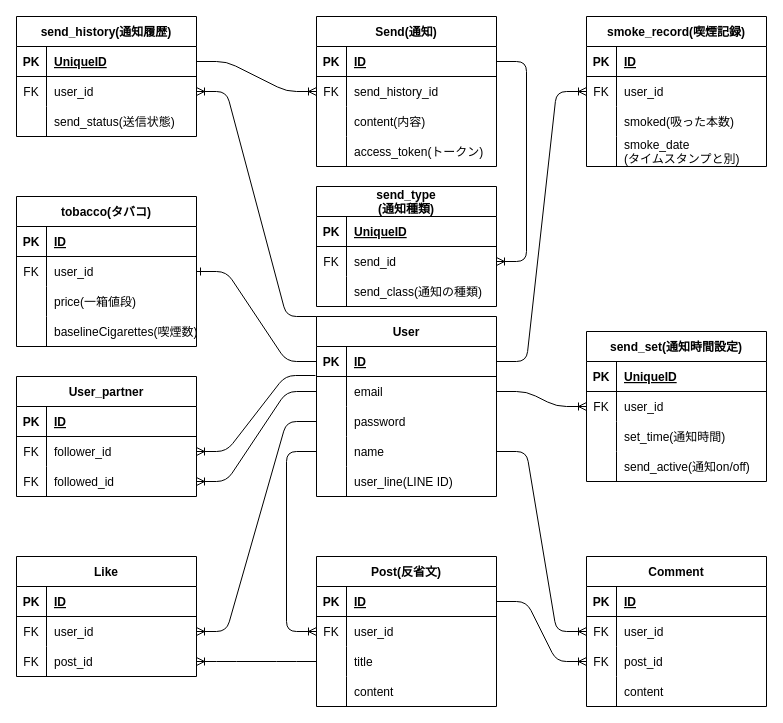
KotaroSakai/web_app keeps this draw.io diagram as ER図.dio. Above is the earlier version. Source tidied: cells renumbered, new cells numbered last; positions are measured from the earlier drawing's top-left corner, leaving out a move shared by most shapes. Both pictures are drawn from the tidied source at 100%, with x=0, y=0 at pixel (16, 16).
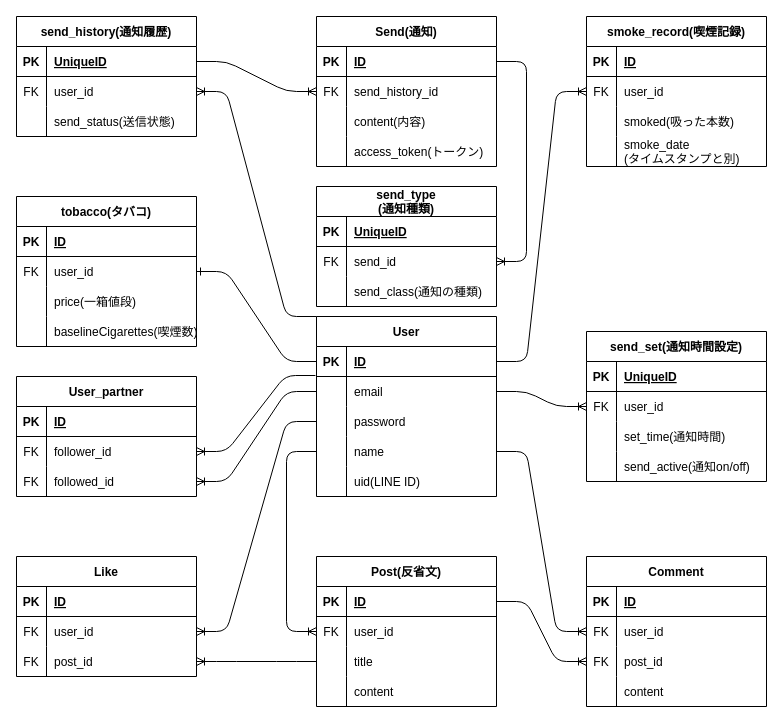
The same page after the edit.

The change refers to these unchanged cells:
```xml
<mxCell id="15" style="shape=tableRow;horizontal=0;startSize=0;swimlaneHead=0;swimlaneBody=0;fillColor=none;top=0;left=0;right=0;bottom=0;" parent="2" vertex="1">
  <mxGeometry y="150" width="180" height="30" as="geometry" />
</mxCell>
```

The edit, as a diff of the source:
```diff
@@
-    <mxCell id="17" value="user_line(LINE ID)" style="shape=partialRectangle;fillColor=none;top=0;left=0;bottom=0;right=0;align=left;spacingLeft=6;overflow=hidden;" parent="15" vertex="1">
+    <mxCell id="17" value="uid(LINE ID)" style="shape=partialRectangle;fillColor=none;top=0;left=0;bottom=0;right=0;align=left;spacingLeft=6;overflow=hidden;" parent="15" vertex="1">
       <mxGeometry x="30" width="150" height="30" as="geometry" />
     </mxCell>
```
